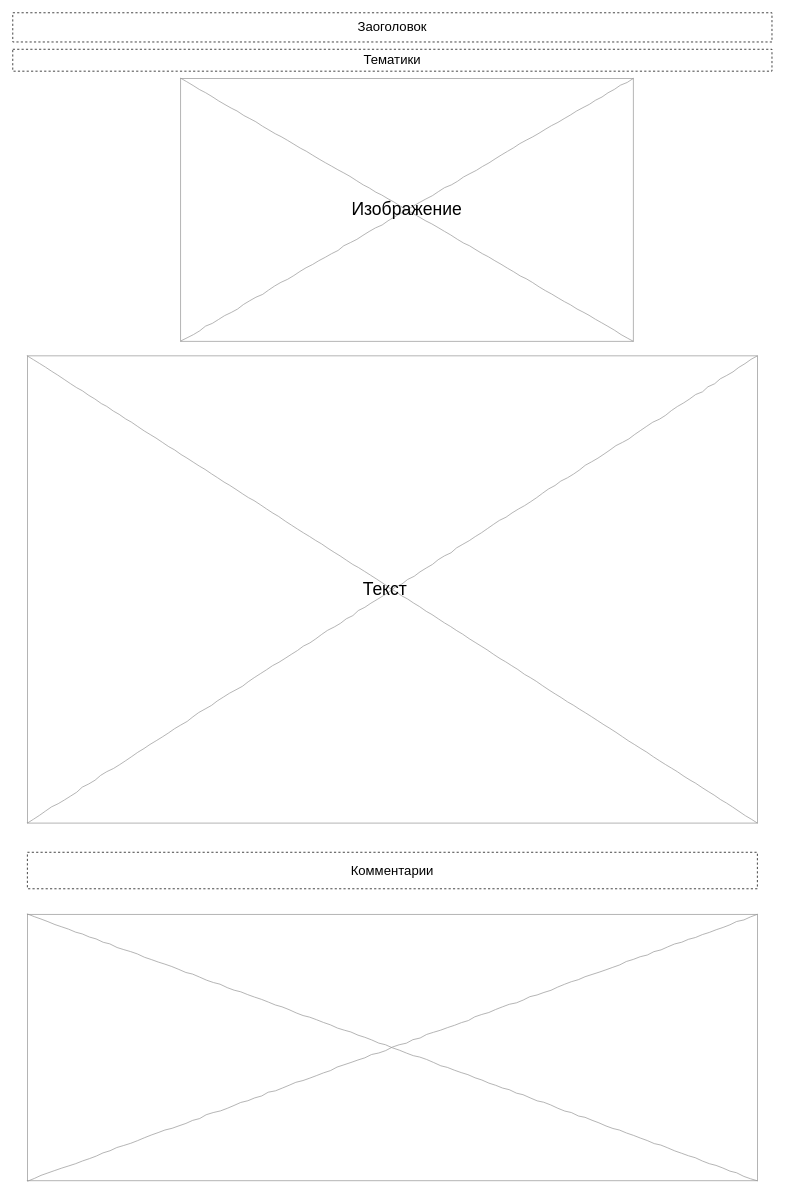
The draw.io diagram Макет страниц WEB/Пост.drawio in igKaneProgrammer/allprojects, before the edit. Source tidied: cells renumbered, new cells numbered last; positions are measured from the earlier drawing's top-left corner, leaving out a move shared by most shapes. Both pictures are drawn from the tidied source at 73%, with x=0, y=0 at pixel (12, 12).
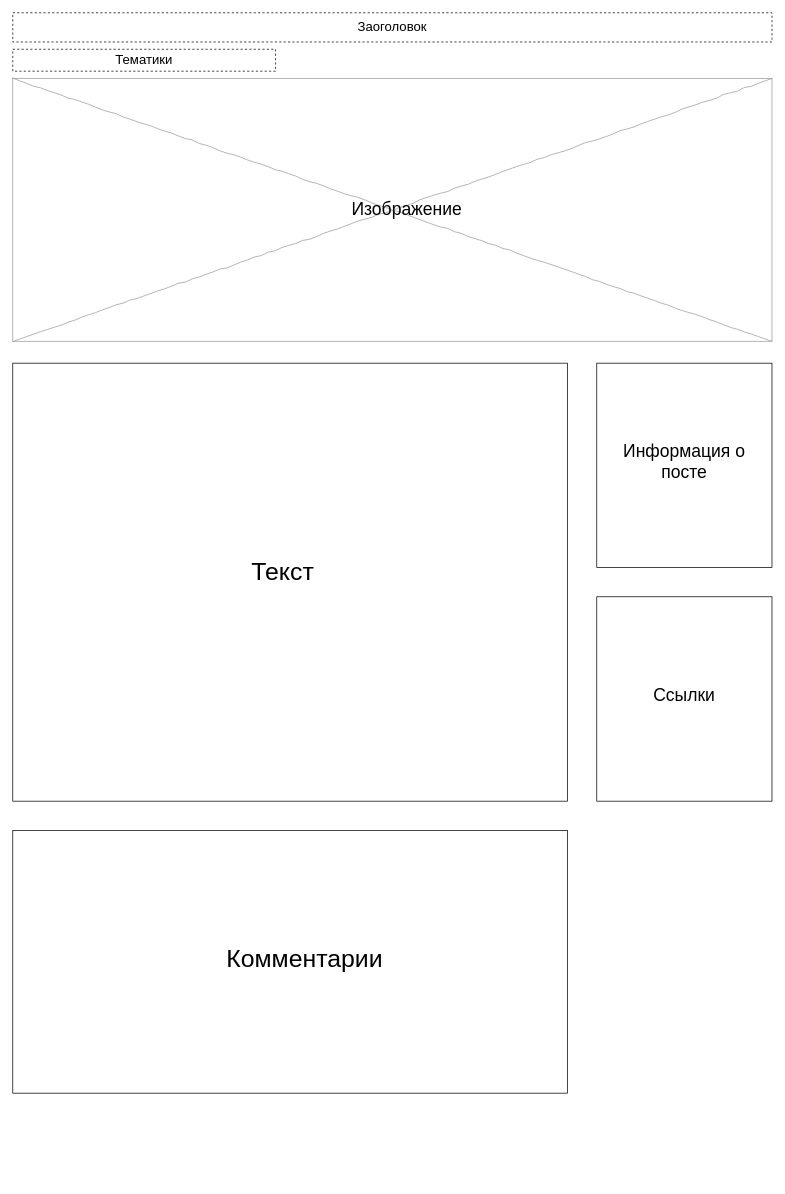
Above is the later version.

Diff of the diagram source:
```diff
@@
 <mxGraphModel>
   <root>
     <mxCell id="0" />
     <mxCell id="1" parent="0" />
     <mxCell id="2" style="verticalLabelPosition=bottom;shadow=0;dashed=0;align=center;html=1;verticalAlign=top;strokeWidth=1;shape=mxgraph.mockup.graphics.simpleIcon;strokeColor=#999999;rounded=0;labelBackgroundColor=none;fontFamily=Verdana;fontSize=14;fontColor=#000000;comic=1;" parent="1" vertex="1">
-      <mxGeometry x="230" y="90" width="620" height="360" as="geometry" />
+      <mxGeometry y="90" width="1040" height="360" as="geometry" />
     </mxCell>
     <mxCell id="3" value="&lt;font style=&quot;font-size: 24px&quot;&gt;Изображение&lt;/font&gt;" style="text;html=1;strokeColor=none;fillColor=none;align=center;verticalAlign=middle;whiteSpace=wrap;rounded=0;" parent="1" vertex="1">
       <mxGeometry x="510" y="255" width="60" height="30" as="geometry" />
     </mxCell>
-    <mxCell id="4" style="verticalLabelPosition=bottom;shadow=0;dashed=0;align=center;html=1;verticalAlign=top;strokeWidth=1;shape=mxgraph.mockup.graphics.simpleIcon;strokeColor=#999999;rounded=0;labelBackgroundColor=none;fontFamily=Verdana;fontSize=14;fontColor=#000000;comic=1;" parent="1" vertex="1">
-      <mxGeometry x="20" y="470" width="1000" height="640" as="geometry" />
-    </mxCell>
-    <mxCell id="5" value="&lt;font style=&quot;font-size: 24px&quot;&gt;Текст&lt;/font&gt;" style="text;html=1;strokeColor=none;fillColor=none;align=center;verticalAlign=middle;whiteSpace=wrap;rounded=0;fontSize=12;" parent="1" vertex="1">
-      <mxGeometry x="480" y="775" width="60" height="30" as="geometry" />
-    </mxCell>
-    <mxCell id="6" style="verticalLabelPosition=bottom;shadow=0;dashed=0;align=center;html=1;verticalAlign=top;strokeWidth=1;shape=mxgraph.mockup.graphics.simpleIcon;strokeColor=#999999;rounded=0;labelBackgroundColor=none;fontFamily=Verdana;fontSize=14;fontColor=#000000;comic=1;" parent="1" vertex="1">
-      <mxGeometry x="20" y="1235" width="1000" height="365" as="geometry" />
-    </mxCell>
     <mxCell id="7" value="Заоголовок" style="rounded=0;whiteSpace=wrap;html=1;dashed=1;fontSize=18;" parent="1" vertex="1">
       <mxGeometry width="1040" height="40" as="geometry" />
     </mxCell>
     <mxCell id="8" value="Тематики" style="rounded=0;whiteSpace=wrap;html=1;dashed=1;fontSize=18;" parent="1" vertex="1">
-      <mxGeometry y="50" width="1040" height="30" as="geometry" />
+      <mxGeometry y="50" width="360" height="30" as="geometry" />
     </mxCell>
+    <mxCell id="10" style="rounded=0;whiteSpace=wrap;html=1;" parent="1" vertex="1">
+      <mxGeometry x="800" y="480" width="240" height="280" as="geometry" />
+    </mxCell>
+    <mxCell id="11" value="&lt;span style=&quot;font-size: 24px;&quot;&gt;Информация о посте&lt;/span&gt;" style="text;html=1;strokeColor=none;fillColor=none;align=center;verticalAlign=middle;whiteSpace=wrap;rounded=0;fontSize=12;" parent="1" vertex="1">
+      <mxGeometry x="830" y="600" width="180" height="30" as="geometry" />
+    </mxCell>
+    <mxCell id="12" style="rounded=0;whiteSpace=wrap;html=1;" parent="1" vertex="1">
+      <mxGeometry x="800" y="800" width="240" height="280" as="geometry" />
+    </mxCell>
+    <mxCell id="13" value="&lt;span style=&quot;font-size: 24px;&quot;&gt;Ссылки&lt;/span&gt;" style="text;html=1;strokeColor=none;fillColor=none;align=center;verticalAlign=middle;whiteSpace=wrap;rounded=0;fontSize=12;" parent="1" vertex="1">
+      <mxGeometry x="830" y="920" width="180" height="30" as="geometry" />
+    </mxCell>
+    <mxCell id="14" style="rounded=0;whiteSpace=wrap;html=1;" parent="1" vertex="1">
+      <mxGeometry y="480" width="760" height="600" as="geometry" />
+    </mxCell>
+    <mxCell id="5" value="&lt;font style=&quot;vertical-align: inherit; font-size: 34px;&quot;&gt;Текст&lt;/font&gt;" style="text;html=1;strokeColor=none;fillColor=none;align=center;verticalAlign=middle;whiteSpace=wrap;rounded=0;" parent="1" vertex="1">
+      <mxGeometry x="340" y="750" width="60" height="30" as="geometry" />
+    </mxCell>
+    <mxCell id="15" style="rounded=0;whiteSpace=wrap;html=1;fontSize=34;" parent="1" vertex="1">
+      <mxGeometry y="1120" width="760" height="360" as="geometry" />
+    </mxCell>
-    <mxCell id="9" value="Комментарии" style="rounded=0;whiteSpace=wrap;html=1;dashed=1;fontSize=18;" parent="1" vertex="1">
-      <mxGeometry x="20" y="1150" width="1000" height="50" as="geometry" />
+    <mxCell id="9" value="Комментарии" style="text;html=1;strokeColor=none;fillColor=none;align=center;verticalAlign=middle;whiteSpace=wrap;rounded=0;fontSize=34;" parent="1" vertex="1">
+      <mxGeometry x="370" y="1280" width="60" height="30" as="geometry" />
     </mxCell>
   </root>
 </mxGraphModel>
```
